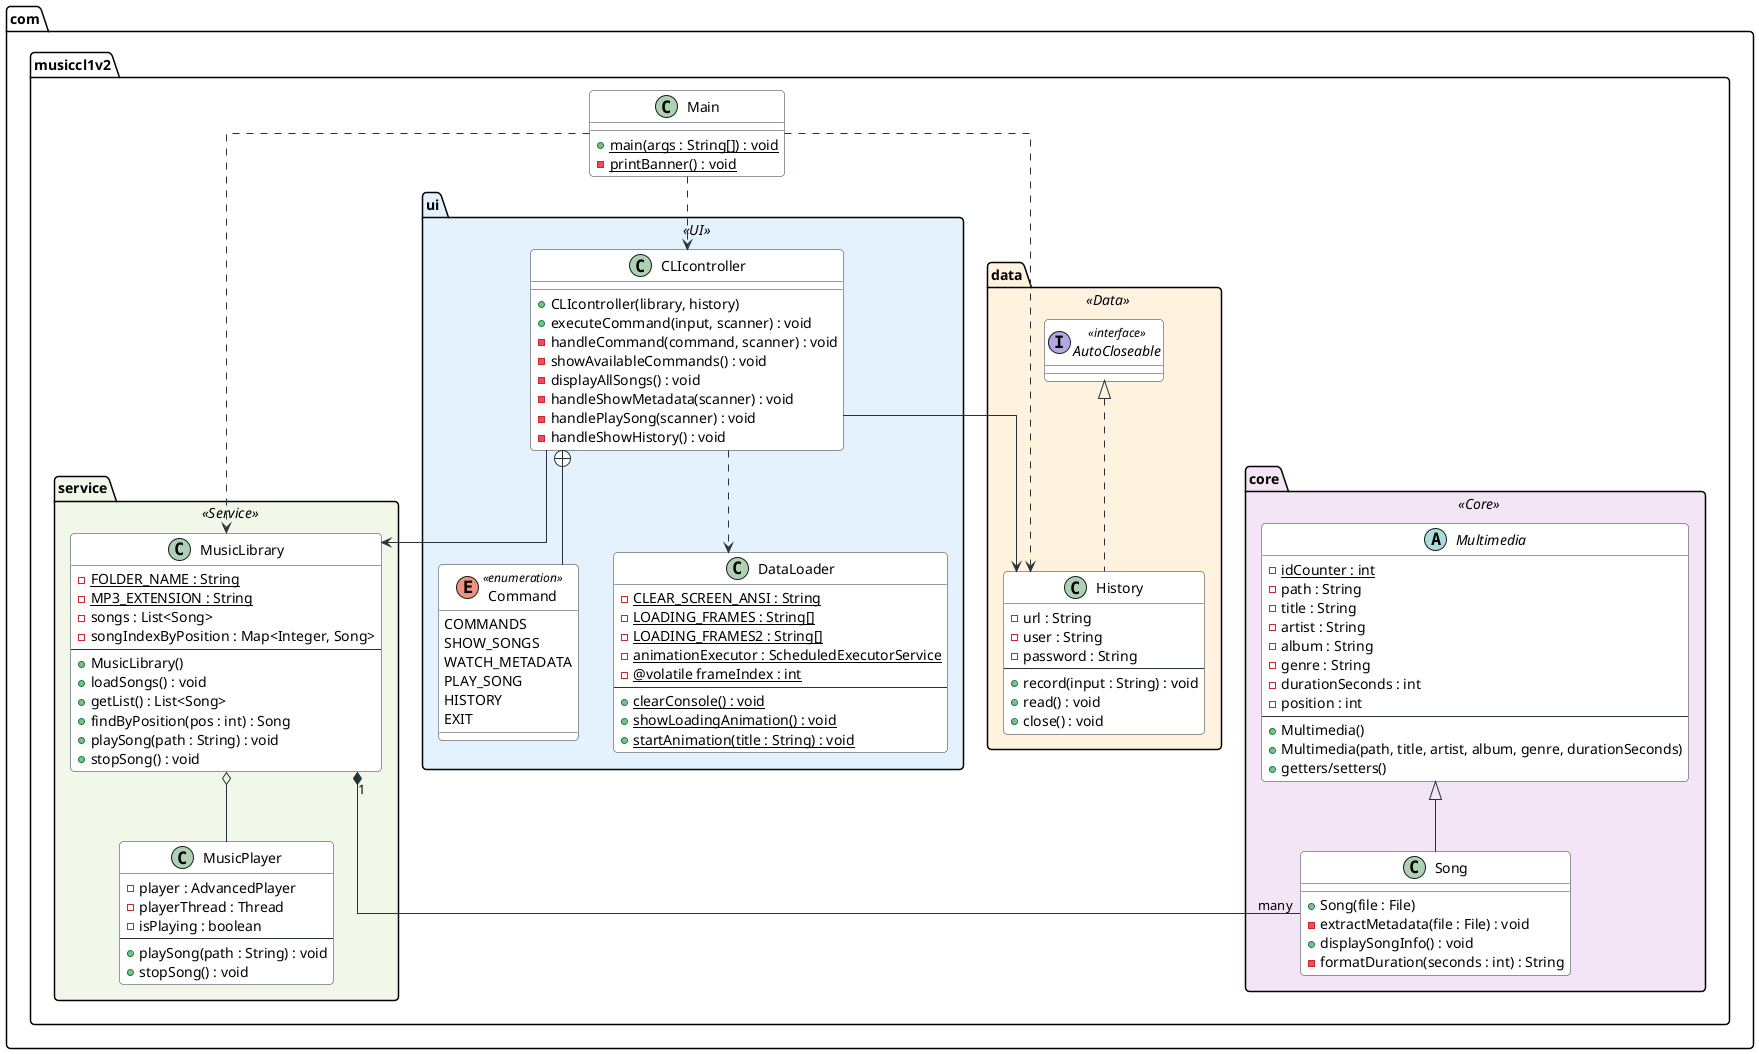
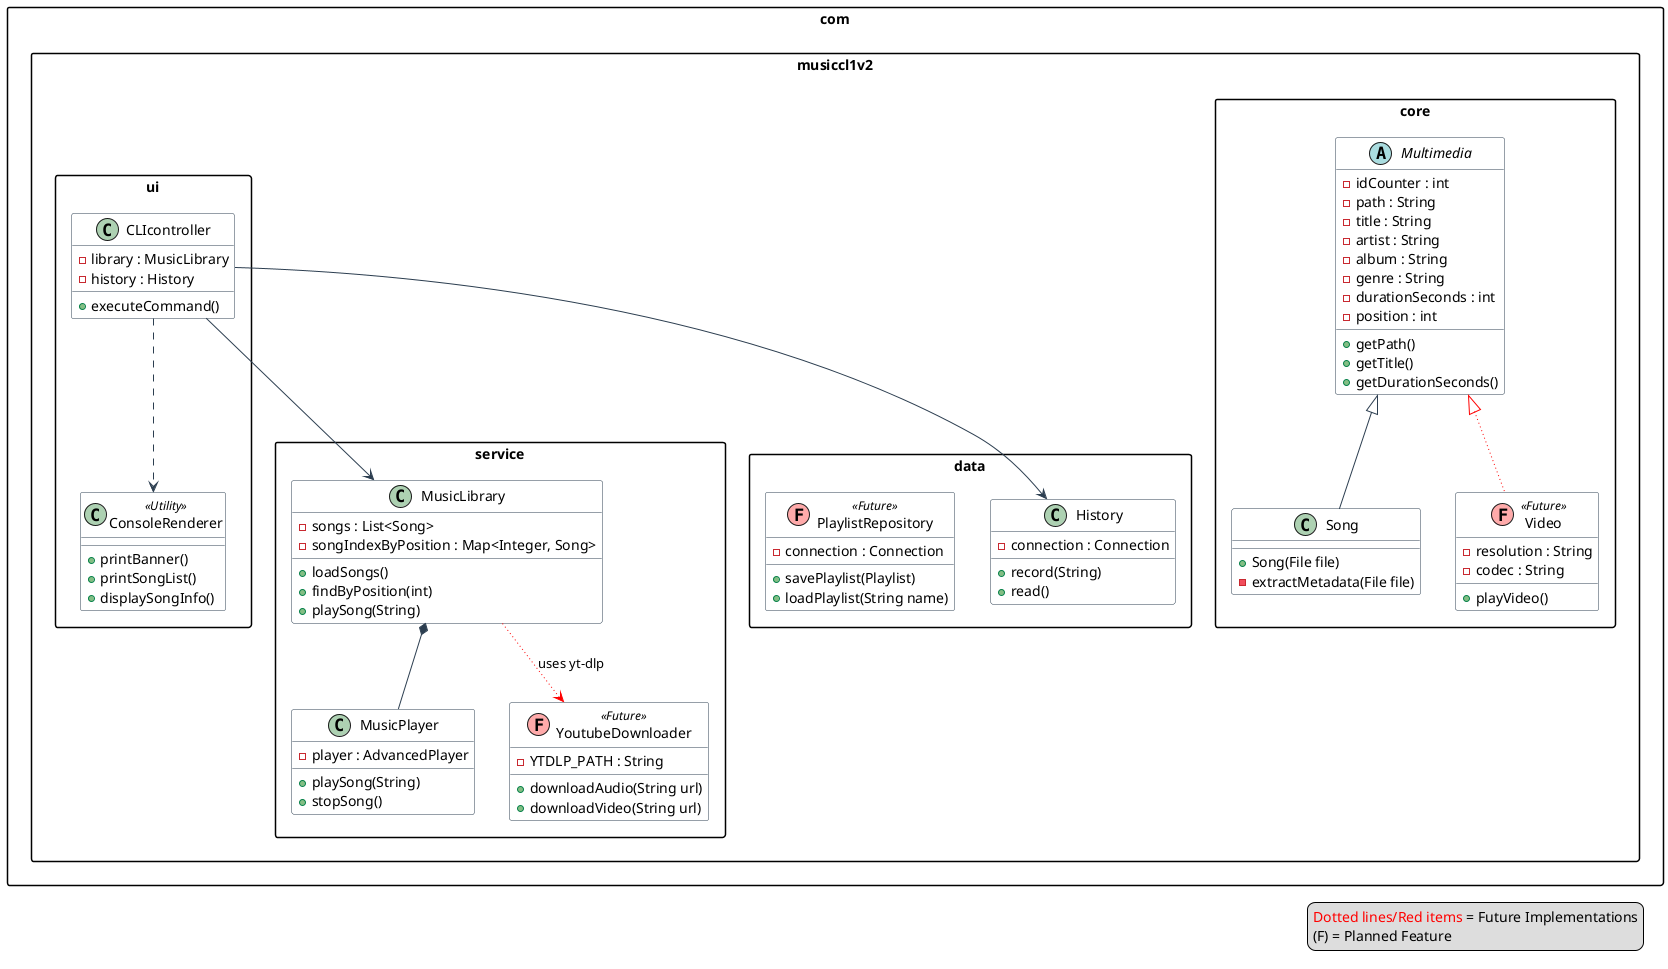
@startuml
- ' --- Configuración Visual ---
- skinparam theme plain
- skinparam shadowing false
- skinparam roundcorner 8
- skinparam linetype ortho
- skinparam fontname "Segoe UI"
+ 
skinparam class {
    BackgroundColor White
-     ArrowColor #263238
-     BorderColor #263238
+     ArrowColor #2C3E50
+     BorderColor #2C3E50
}

- ' --- Colores por Capa ---
- skinparam package {
-     BackgroundColor<<UI>> #E3F2FD
-     BackgroundColor<<Service>> #F1F8E9
-     BackgroundColor<<Data>> #FFF3E0
-     BackgroundColor<<Core>> #F3E5F5
- }
+ skinparam packageStyle rectangle

- package "com.musiccl1v2.core" <<Core>> {
+ package "com.musiccl1v2.core" {
    abstract class Multimedia {
-         - {static} idCounter : int
+         - idCounter : int
        - path : String
        - title : String
        - artist : String
        - album : String
        - genre : String
        - durationSeconds : int
        - position : int
-         --
-         + Multimedia()
-         + Multimedia(path, title, artist, album, genre, durationSeconds)
-         + getters/setters()
+         + getPath()
+         + getTitle()
+         + getDurationSeconds()
    }

    class Song {
-         + Song(file : File)
-         - extractMetadata(file : File) : void
-         + displaySongInfo() : void
-         - formatDuration(seconds : int) : String
+         + Song(File file)
+         - extractMetadata(File file)
    }

    Multimedia <|-- Song
+ 
+     ' --- FUTURE IMPLEMENTATION ---
+     class Video << (F, #FFAAAA) Future >> {
+         - resolution : String
+         - codec : String
+         + playVideo()
+     }
+     Multimedia <|-- Video #red;line.dotted
}

- package "com.musiccl1v2.data" <<Data>> {
-     class History {
-         - url : String
-         - user : String
-         - password : String
-         --
-         + record(input : String) : void
-         + read() : void
-         + close() : void
-     }
-     interface AutoCloseable <<interface>>
-     AutoCloseable <|.. History
- }
- 
- package "com.musiccl1v2.service" <<Service>> {
+ package "com.musiccl1v2.service" {
    class MusicLibrary {
-         - {static} FOLDER_NAME : String
-         - {static} MP3_EXTENSION : String
        - songs : List<Song>
        - songIndexByPosition : Map<Integer, Song>
-         --
-         + MusicLibrary()
-         + loadSongs() : void
-         + getList() : List<Song>
-         + findByPosition(pos : int) : Song
-         + playSong(path : String) : void
-         + stopSong() : void
+         + loadSongs()
+         + findByPosition(int)
+         + playSong(String)
    }

    class MusicPlayer {
        - player : AdvancedPlayer
-         - playerThread : Thread
-         - isPlaying : boolean
-         --
-         + playSong(path : String) : void
-         + stopSong() : void
+         + playSong(String)
+         + stopSong()
    }

-     MusicLibrary o-- MusicPlayer
-     MusicLibrary "1" *-- "many" Song
+     ' --- FUTURE IMPLEMENTATION ---
+     class YoutubeDownloader << (F, #FFAAAA) Future >> {
+         - YTDLP_PATH : String
+         + downloadAudio(String url)
+         + downloadVideo(String url)
+     }
+ 
+     MusicLibrary *-- MusicPlayer
+     MusicLibrary ..> YoutubeDownloader #red;line.dotted : "uses yt-dlp"
}

- package "com.musiccl1v2.ui" <<UI>> {
-     class CLIcontroller {
-         + CLIcontroller(library, history)
-         + executeCommand(input, scanner) : void
-         - handleCommand(command, scanner) : void
-         - showAvailableCommands() : void
-         - displayAllSongs() : void
-         - handleShowMetadata(scanner) : void
-         - handlePlaySong(scanner) : void
-         - handleShowHistory() : void
+ package "com.musiccl1v2.data" {
+     class History {
+         - connection : Connection
+         + record(String)
+         + read()
    }

-     enum Command <<enumeration>> {
-         COMMANDS
-         SHOW_SONGS
-         WATCH_METADATA
-         PLAY_SONG
-         HISTORY
-         EXIT
+     ' --- FUTURE IMPLEMENTATION ---
+     class PlaylistRepository << (F, #FFAAAA) Future >> {
+         - connection : Connection
+         + savePlaylist(Playlist)
+         + loadPlaylist(String name)
+     }
+ }
+ 
+ package "com.musiccl1v2.ui" {
+     class CLIcontroller {
+         - library : MusicLibrary
+         - history : History
+         + executeCommand()
    }

-     class DataLoader {
-         - {static} CLEAR_SCREEN_ANSI : String
-         - {static} LOADING_FRAMES : String[]
-         - {static} LOADING_FRAMES2 : String[]
-         - {static} animationExecutor : ScheduledExecutorService
-         - {static} @volatile frameIndex : int
-         --
-         + {static} clearConsole() : void
-         + {static} showLoadingAnimation() : void
-         + {static} startAnimation(title : String) : void
+     class ConsoleRenderer <<Utility>> {
+         + printBanner()
+         + printSongList()
+         + displaySongInfo()
    }
- 
-     CLIcontroller +-- Command
-     CLIcontroller --> MusicLibrary
-     CLIcontroller --> History
-     CLIcontroller ..> DataLoader
}

- package "com.musiccl1v2" {
-     class Main {
-         + {static} main(args : String[]) : void
-         - {static} printBanner() : void
-     }
+ CLIcontroller --> MusicLibrary
+ CLIcontroller --> History
+ CLIcontroller ..> ConsoleRenderer

-     Main ..> CLIcontroller
-     Main ..> MusicLibrary
-     Main ..> History
- }
+ legend right
+   <font color=red>Dotted lines/Red items</font> = Future Implementations
+   (F) = Planned Feature
+ endlegend

@enduml